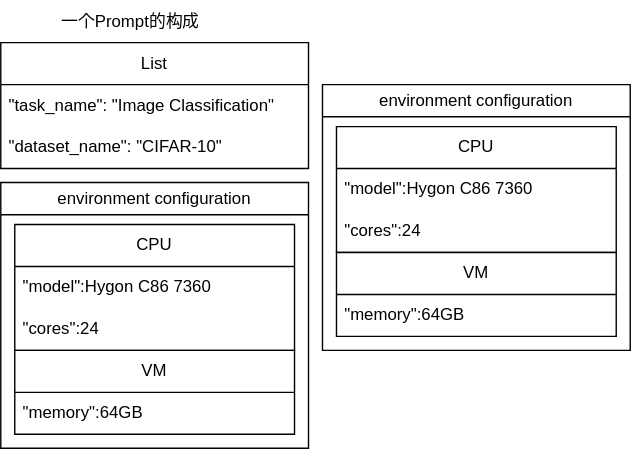
This is Prompt.svg from Dong-J93/_pictures, a draw.io export, as it was before one commit. Source tidied: cells renumbered, new cells last; positions are measured from the earlier drawing's top-left corner, leaving out a move shared by most shapes. Its diagram source:
```xml
<mxGraphModel>
  <root>
    <mxCell id="0" />
    <mxCell id="1" parent="0" />
    <mxCell id="2" value="List" style="swimlane;fontStyle=0;horizontal=1;startSize=30;whiteSpace=wrap;html=1;" parent="1" vertex="1">
      <mxGeometry y="30" width="220" height="90" as="geometry" />
    </mxCell>
    <mxCell id="3" value="&lt;span class=&quot;hljs-attr&quot;&gt;&quot;task_name&quot;&lt;/span&gt;&lt;span class=&quot;hljs-punctuation&quot;&gt;:&lt;/span&gt; &lt;span class=&quot;hljs-string&quot;&gt;&quot;Image Classification&quot;&lt;/span&gt;" style="text;strokeColor=none;fillColor=none;align=left;verticalAlign=middle;spacingLeft=4;spacingRight=4;overflow=hidden;whiteSpace=wrap;html=1;" parent="2" vertex="1">
      <mxGeometry y="30" width="220" height="30" as="geometry" />
    </mxCell>
    <mxCell id="4" value="&lt;span class=&quot;hljs-attr&quot;&gt;&quot;dataset_name&quot;&lt;/span&gt;&lt;span class=&quot;hljs-punctuation&quot;&gt;:&lt;/span&gt; &lt;span class=&quot;hljs-string&quot;&gt;&quot;CIFAR-10&quot;&lt;/span&gt;" style="text;strokeColor=none;fillColor=none;align=left;verticalAlign=middle;spacingLeft=4;spacingRight=4;overflow=hidden;whiteSpace=wrap;html=1;" parent="2" vertex="1">
      <mxGeometry y="60" width="220" height="30" as="geometry" />
    </mxCell>
    <mxCell id="5" value="&lt;span style=&quot;font-weight: normal;&quot;&gt;environment configuration&lt;/span&gt;" style="swimlane;whiteSpace=wrap;html=1;startSize=23;" parent="1" vertex="1">
      <mxGeometry y="130" width="220" height="190" as="geometry" />
    </mxCell>
    <mxCell id="6" value="CPU" style="swimlane;fontStyle=0;horizontal=1;startSize=30;whiteSpace=wrap;html=1;" parent="5" vertex="1">
      <mxGeometry x="10" y="30" width="200" height="90" as="geometry" />
    </mxCell>
    <mxCell id="7" value="&quot;model&quot;:Hygon C86 7360" style="text;strokeColor=none;fillColor=none;align=left;verticalAlign=middle;spacingLeft=4;spacingRight=4;overflow=hidden;whiteSpace=wrap;html=1;" parent="6" vertex="1">
      <mxGeometry y="30" width="200" height="30" as="geometry" />
    </mxCell>
    <mxCell id="8" value="&quot;cores&quot;:24" style="text;strokeColor=none;fillColor=none;align=left;verticalAlign=middle;spacingLeft=4;spacingRight=4;overflow=hidden;whiteSpace=wrap;html=1;" parent="6" vertex="1">
      <mxGeometry y="60" width="200" height="30" as="geometry" />
    </mxCell>
    <mxCell id="9" value="VM" style="swimlane;fontStyle=0;horizontal=1;startSize=30;whiteSpace=wrap;html=1;" parent="5" vertex="1">
      <mxGeometry x="10" y="120" width="200" height="60" as="geometry" />
    </mxCell>
    <mxCell id="10" value="&quot;memory&quot;:64GB&amp;nbsp;" style="text;strokeColor=none;fillColor=none;align=left;verticalAlign=middle;spacingLeft=4;spacingRight=4;overflow=hidden;whiteSpace=wrap;html=1;" parent="9" vertex="1">
      <mxGeometry y="30" width="200" height="30" as="geometry" />
    </mxCell>
    <mxCell id="11" value="&lt;span style=&quot;font-weight: normal;&quot;&gt;environment configuration&lt;/span&gt;" style="swimlane;whiteSpace=wrap;html=1;startSize=23;" parent="1" vertex="1">
      <mxGeometry x="230" y="60" width="220" height="190" as="geometry" />
    </mxCell>
    <mxCell id="12" value="CPU" style="swimlane;fontStyle=0;horizontal=1;startSize=30;whiteSpace=wrap;html=1;" parent="11" vertex="1">
      <mxGeometry x="10" y="30" width="200" height="90" as="geometry" />
    </mxCell>
    <mxCell id="13" value="&quot;model&quot;:Hygon C86 7360" style="text;strokeColor=none;fillColor=none;align=left;verticalAlign=middle;spacingLeft=4;spacingRight=4;overflow=hidden;whiteSpace=wrap;html=1;" parent="12" vertex="1">
      <mxGeometry y="30" width="200" height="30" as="geometry" />
    </mxCell>
    <mxCell id="14" value="&quot;cores&quot;:24" style="text;strokeColor=none;fillColor=none;align=left;verticalAlign=middle;spacingLeft=4;spacingRight=4;overflow=hidden;whiteSpace=wrap;html=1;" parent="12" vertex="1">
      <mxGeometry y="60" width="200" height="30" as="geometry" />
    </mxCell>
    <mxCell id="15" value="VM" style="swimlane;fontStyle=0;horizontal=1;startSize=30;whiteSpace=wrap;html=1;" parent="11" vertex="1">
      <mxGeometry x="10" y="120" width="200" height="60" as="geometry" />
    </mxCell>
    <mxCell id="16" value="&quot;memory&quot;:64GB&amp;nbsp;" style="text;strokeColor=none;fillColor=none;align=left;verticalAlign=middle;spacingLeft=4;spacingRight=4;overflow=hidden;whiteSpace=wrap;html=1;" parent="15" vertex="1">
      <mxGeometry y="30" width="200" height="30" as="geometry" />
    </mxCell>
    <mxCell id="17" value="一个Prompt的构成" style="text;html=1;align=center;verticalAlign=middle;whiteSpace=wrap;rounded=0;" parent="1" vertex="1">
      <mxGeometry width="186" height="30" as="geometry" />
    </mxCell>
  </root>
</mxGraphModel>
```
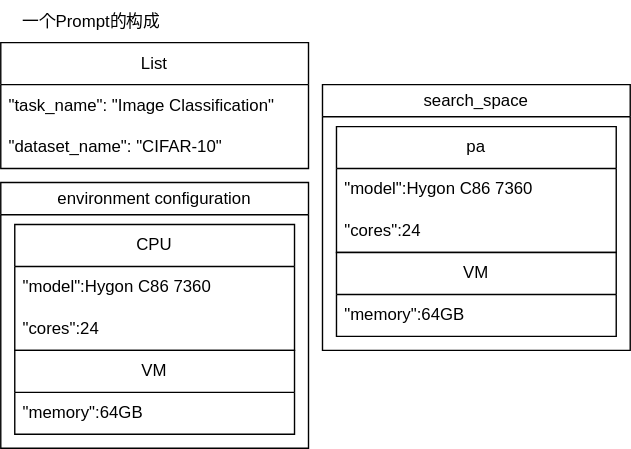
The same diagram one commit later.

What changed in the source:
```diff
@@ -29,10 +29,10 @@
     <mxCell id="10" value="&quot;memory&quot;:64GB&amp;nbsp;" style="text;strokeColor=none;fillColor=none;align=left;verticalAlign=middle;spacingLeft=4;spacingRight=4;overflow=hidden;whiteSpace=wrap;html=1;" parent="9" vertex="1">
       <mxGeometry y="30" width="200" height="30" as="geometry" />
     </mxCell>
-    <mxCell id="11" value="&lt;span style=&quot;font-weight: normal;&quot;&gt;environment configuration&lt;/span&gt;" style="swimlane;whiteSpace=wrap;html=1;startSize=23;" parent="1" vertex="1">
+    <mxCell id="11" value="&lt;span style=&quot;font-weight: normal;&quot;&gt;search_space&lt;/span&gt;" style="swimlane;whiteSpace=wrap;html=1;startSize=23;" parent="1" vertex="1">
       <mxGeometry x="230" y="60" width="220" height="190" as="geometry" />
     </mxCell>
-    <mxCell id="12" value="CPU" style="swimlane;fontStyle=0;horizontal=1;startSize=30;whiteSpace=wrap;html=1;" parent="11" vertex="1">
+    <mxCell id="12" value="pa" style="swimlane;fontStyle=0;horizontal=1;startSize=30;whiteSpace=wrap;html=1;" parent="11" vertex="1">
       <mxGeometry x="10" y="30" width="200" height="90" as="geometry" />
     </mxCell>
     <mxCell id="13" value="&quot;model&quot;:Hygon C86 7360" style="text;strokeColor=none;fillColor=none;align=left;verticalAlign=middle;spacingLeft=4;spacingRight=4;overflow=hidden;whiteSpace=wrap;html=1;" parent="12" vertex="1">
@@ -48,7 +48,7 @@
       <mxGeometry y="30" width="200" height="30" as="geometry" />
     </mxCell>
     <mxCell id="17" value="一个Prompt的构成" style="text;html=1;align=center;verticalAlign=middle;whiteSpace=wrap;rounded=0;" parent="1" vertex="1">
-      <mxGeometry width="186" height="30" as="geometry" />
+      <mxGeometry width="130" height="30" as="geometry" />
     </mxCell>
   </root>
 </mxGraphModel>
```
